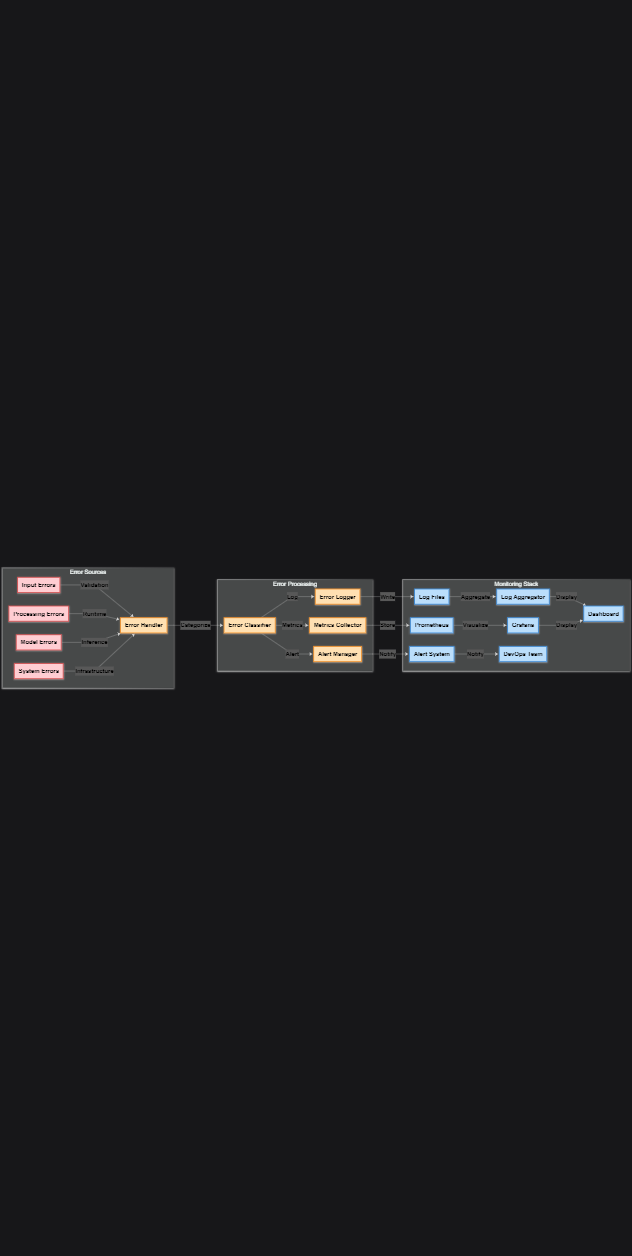
This is docs/images/Error Handling and Monitoring.png from Dhruv0306/SymphonyProject1, a Mermaid export, as it was before one commit. Its source is kept beside it as docs/images/Error Handling and Monitoring.mmd. Source of this version:
```mermaid
%%{init: {'theme': 'dark', 'themeVariables': { 'fontFamily': 'arial', 'fontSize': '22px'}}}%%
graph LR
    subgraph "Error Sources"
        style A1 fill:#ffcdd2,stroke:#d32f2f,stroke-width:2px,color:#000000,font-weight:bold
        style A2 fill:#ffcdd2,stroke:#d32f2f,stroke-width:2px,color:#000000,font-weight:bold
        style A3 fill:#ffcdd2,stroke:#d32f2f,stroke-width:2px,color:#000000,font-weight:bold
        style A4 fill:#ffcdd2,stroke:#d32f2f,stroke-width:2px,color:#000000,font-weight:bold
        A1[Input Errors] -->|Validation| B[Error Handler]
        A2[Processing Errors] -->|Runtime| B
        A3[Model Errors] -->|Inference| B
        A4[System Errors] -->|Infrastructure| B
    end

    subgraph "Error Processing"
        style B fill:#ffe0b2,stroke:#f57c00,stroke-width:2px,color:#000000,font-weight:bold
        style C fill:#ffe0b2,stroke:#f57c00,stroke-width:2px,color:#000000,font-weight:bold
        style D fill:#ffe0b2,stroke:#f57c00,stroke-width:2px,color:#000000,font-weight:bold
        style E fill:#ffe0b2,stroke:#f57c00,stroke-width:2px,color:#000000,font-weight:bold
        style F fill:#ffe0b2,stroke:#f57c00,stroke-width:2px,color:#000000,font-weight:bold
        B -->|Categorize| C[Error Classifier]
        C -->|Log| D[Error Logger]
        C -->|Alert| E[Alert Manager]
        C -->|Metrics| F[Metrics Collector]
    end

    subgraph "Monitoring Stack"
        style G fill:#bbdefb,stroke:#1976d2,stroke-width:2px,color:#000000,font-weight:bold
        style H fill:#bbdefb,stroke:#1976d2,stroke-width:2px,color:#000000,font-weight:bold
        style I fill:#bbdefb,stroke:#1976d2,stroke-width:2px,color:#000000,font-weight:bold
        style J fill:#bbdefb,stroke:#1976d2,stroke-width:2px,color:#000000,font-weight:bold
        style K fill:#bbdefb,stroke:#1976d2,stroke-width:2px,color:#000000,font-weight:bold
        style L fill:#bbdefb,stroke:#1976d2,stroke-width:2px,color:#000000,font-weight:bold
        style M fill:#bbdefb,stroke:#1976d2,stroke-width:2px,color:#000000,font-weight:bold
        D -->|Write| G[Log Files]
        E -->|Notify| H[Alert System]
        F -->|Store| I[Prometheus]

        G -->|Aggregate| J[Log Aggregator]
        I -->|Visualize| K[Grafana]

        J & K -->|Display| L[Dashboard]
        H -->|Notify| M[DevOps Team]
    end

    linkStyle default color:#000000,font-weight:bold
```
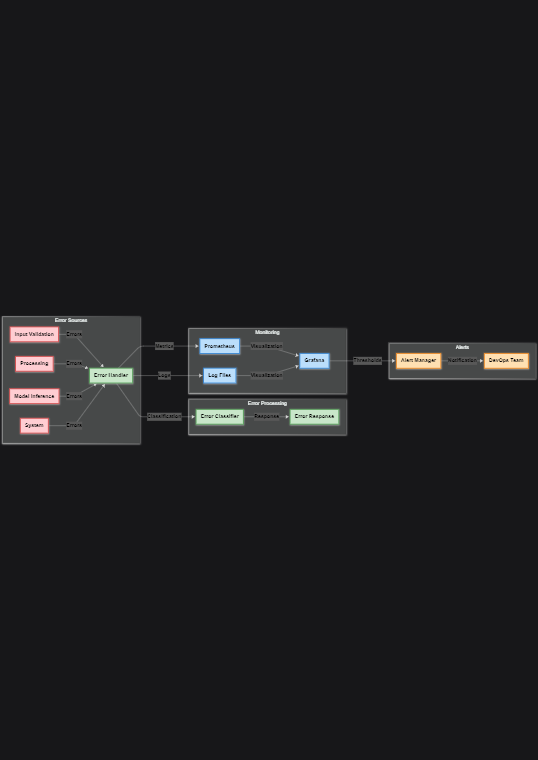
The same file after the commit.

Change to the diagram source:
```diff
@@ -1,45 +1,38 @@
-%%{init: {'theme': 'dark', 'themeVariables': { 'fontFamily': 'arial', 'fontSize': '22px'}}}%%
+%%{init: {'theme': 'dark', 'themeVariables': { 'fontFamily': 'arial', 'fontSize': '18px', 'fontWeight': 'bold'}}}%%
 graph LR
     subgraph "Error Sources"
         style A1 fill:#ffcdd2,stroke:#d32f2f,stroke-width:2px,color:#000000,font-weight:bold
         style A2 fill:#ffcdd2,stroke:#d32f2f,stroke-width:2px,color:#000000,font-weight:bold
         style A3 fill:#ffcdd2,stroke:#d32f2f,stroke-width:2px,color:#000000,font-weight:bold
         style A4 fill:#ffcdd2,stroke:#d32f2f,stroke-width:2px,color:#000000,font-weight:bold
-        A1[Input Errors] -->|Validation| B[Error Handler]
-        A2[Processing Errors] -->|Runtime| B
-        A3[Model Errors] -->|Inference| B
-        A4[System Errors] -->|Infrastructure| B
+        A1["Input Validation"] -->|"Errors"| B["Error Handler"]
+        A2["Processing"] -->|"Errors"| B
+        A3["Model Inference"] -->|"Errors"| B
+        A4["System"] -->|"Errors"| B
     end
 
     subgraph "Error Processing"
-        style B fill:#ffe0b2,stroke:#f57c00,stroke-width:2px,color:#000000,font-weight:bold
-        style C fill:#ffe0b2,stroke:#f57c00,stroke-width:2px,color:#000000,font-weight:bold
-        style D fill:#ffe0b2,stroke:#f57c00,stroke-width:2px,color:#000000,font-weight:bold
-        style E fill:#ffe0b2,stroke:#f57c00,stroke-width:2px,color:#000000,font-weight:bold
-        style F fill:#ffe0b2,stroke:#f57c00,stroke-width:2px,color:#000000,font-weight:bold
-        B -->|Categorize| C[Error Classifier]
-        C -->|Log| D[Error Logger]
-        C -->|Alert| E[Alert Manager]
-        C -->|Metrics| F[Metrics Collector]
+        style B fill:#c8e6c9,stroke:#388e3c,stroke-width:2px,color:#000000,font-weight:bold
+        style C fill:#c8e6c9,stroke:#388e3c,stroke-width:2px,color:#000000,font-weight:bold
+        style D fill:#c8e6c9,stroke:#388e3c,stroke-width:2px,color:#000000,font-weight:bold
+        B -->|"Classification"| C["Error Classifier"]
+        C -->|"Response"| D["Error Response"]
     end
 
-    subgraph "Monitoring Stack"
+    subgraph "Monitoring"
+        style E fill:#bbdefb,stroke:#1976d2,stroke-width:2px,color:#000000,font-weight:bold
+        style F fill:#bbdefb,stroke:#1976d2,stroke-width:2px,color:#000000,font-weight:bold
         style G fill:#bbdefb,stroke:#1976d2,stroke-width:2px,color:#000000,font-weight:bold
-        style H fill:#bbdefb,stroke:#1976d2,stroke-width:2px,color:#000000,font-weight:bold
-        style I fill:#bbdefb,stroke:#1976d2,stroke-width:2px,color:#000000,font-weight:bold
-        style J fill:#bbdefb,stroke:#1976d2,stroke-width:2px,color:#000000,font-weight:bold
-        style K fill:#bbdefb,stroke:#1976d2,stroke-width:2px,color:#000000,font-weight:bold
-        style L fill:#bbdefb,stroke:#1976d2,stroke-width:2px,color:#000000,font-weight:bold
-        style M fill:#bbdefb,stroke:#1976d2,stroke-width:2px,color:#000000,font-weight:bold
-        D -->|Write| G[Log Files]
-        E -->|Notify| H[Alert System]
-        F -->|Store| I[Prometheus]
+        B -->|"Metrics"| E["Prometheus"]
+        B -->|"Logs"| F["Log Files"]
+        E & F -->|"Visualization"| G["Grafana"]
+    end
 
-        G -->|Aggregate| J[Log Aggregator]
-        I -->|Visualize| K[Grafana]
-
-        J & K -->|Display| L[Dashboard]
-        H -->|Notify| M[DevOps Team]
+    subgraph "Alerts"
+        style H fill:#ffe0b2,stroke:#f57c00,stroke-width:2px,color:#000000,font-weight:bold
+        style I fill:#ffe0b2,stroke:#f57c00,stroke-width:2px,color:#000000,font-weight:bold
+        G -->|"Thresholds"| H["Alert Manager"]
+        H -->|"Notification"| I["DevOps Team"]
     end
 
     linkStyle default color:#000000,font-weight:bold
```
